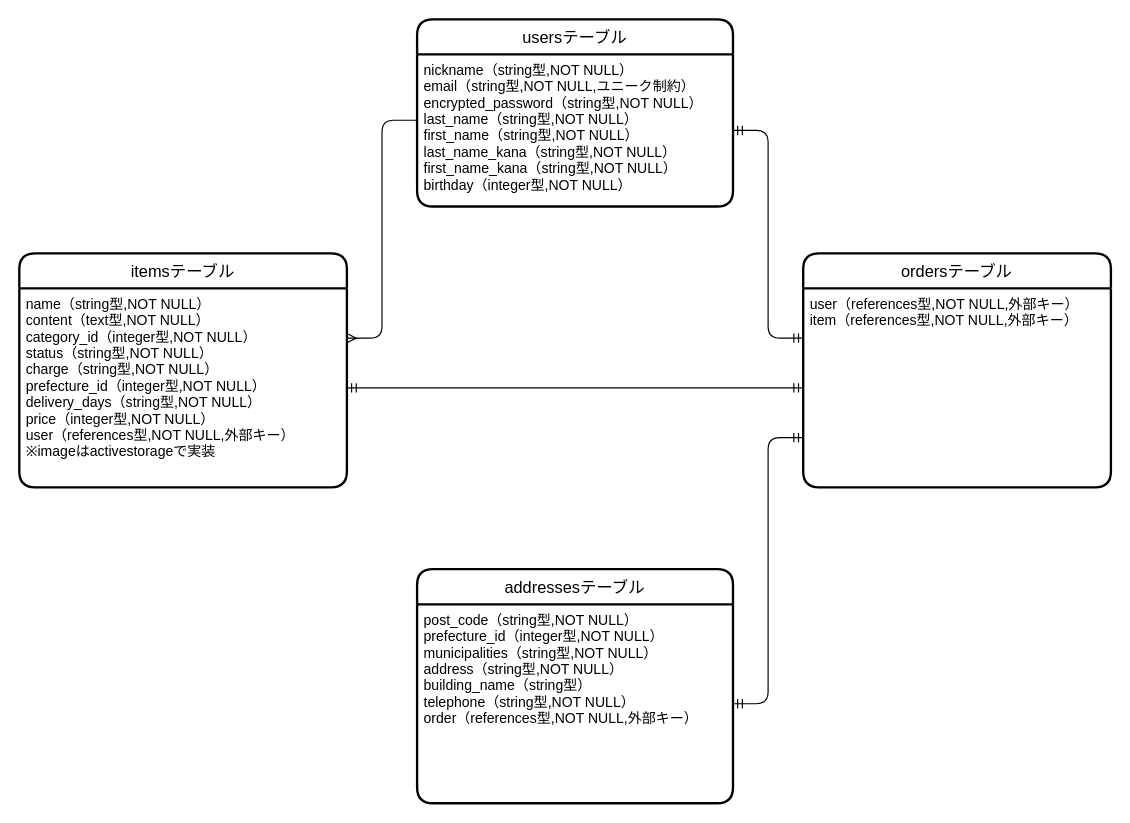
sugisanize/furima-38529 keeps this draw.io diagram as furima.dio. Above is the earlier version. Source tidied: cells renumbered, new cells numbered last; positions are measured from the earlier drawing's top-left corner, leaving out a move shared by most shapes. Both pictures are drawn from the tidied source at 117%, with x=0, y=0 at pixel (19, 19).
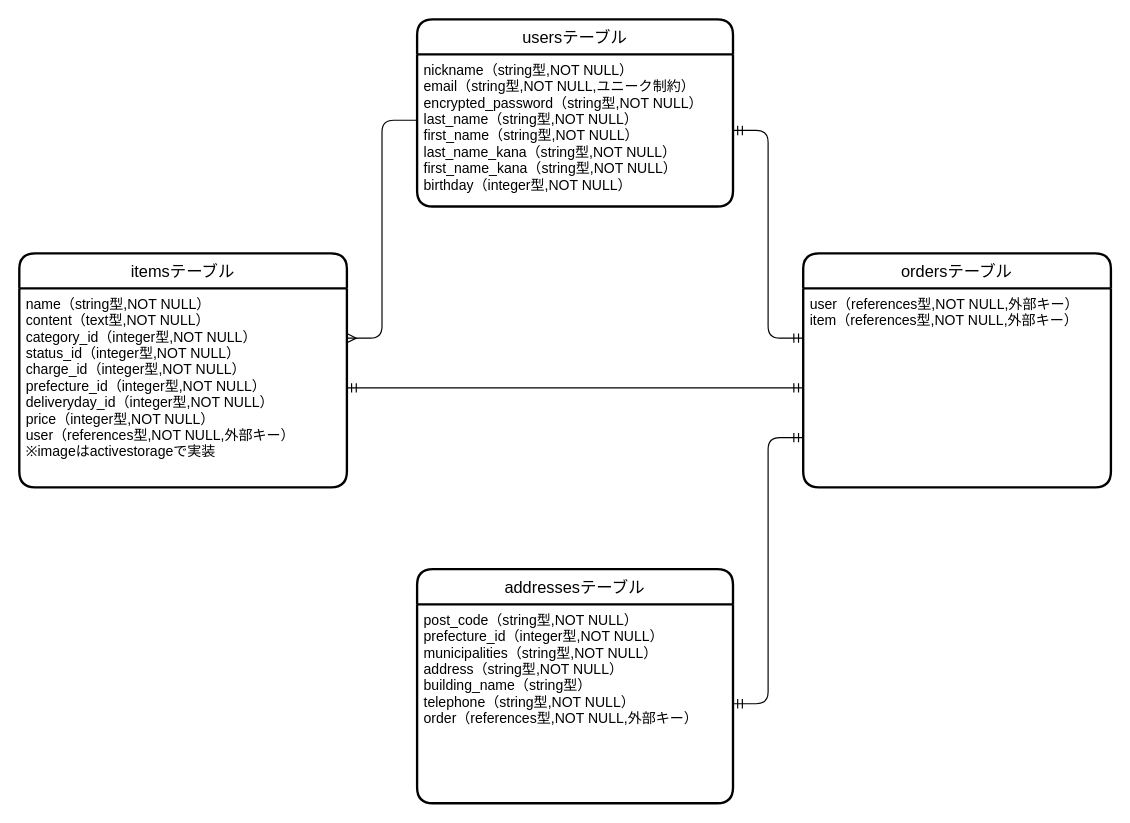
After the change.

Commit message (it also covers changes not shown here):
データベース設計（修正#3）

修正いたしました！
【最新ER図】
https://gyazo.com/d93ccefdab98d7221a99a7fa4b9d6ce6

The edit, as a diff of the source:
```diff
@@
 <mxGraphModel>
   <root>
     <mxCell id="0" />
     <mxCell id="1" parent="0" />
     <mxCell id="2" value="usersテーブル" style="swimlane;horizontal=1;startSize=30;rounded=1;fontSize=14;fontStyle=0;strokeWidth=2;shadow=0;dashed=0;align=center;" parent="1" vertex="1">
       <mxGeometry x="340" width="270" height="160" as="geometry" />
     </mxCell>
     <mxCell id="3" value="nickname（string型,NOT NULL）&#10;email（string型,NOT NULL,ユニーク制約）&#10;encrypted_password（string型,NOT NULL）&#10;last_name（string型,NOT NULL）&#10;first_name（string型,NOT NULL）&#10;last_name_kana（string型,NOT NULL）&#10;first_name_kana（string型,NOT NULL）&#10;birthday（integer型,NOT NULL）" style="align=left;strokeColor=none;fillColor=none;spacingLeft=4;fontSize=12;verticalAlign=top;" parent="2" vertex="1">
       <mxGeometry y="30" width="270" height="130" as="geometry" />
     </mxCell>
     <mxCell id="4" value="itemsテーブル" style="swimlane;horizontal=1;startSize=30;rounded=1;fontSize=14;fontStyle=0;strokeWidth=2;shadow=0;dashed=0;align=center;" parent="1" vertex="1">
       <mxGeometry y="200" width="280" height="200" as="geometry" />
     </mxCell>
-    <mxCell id="5" value="name（string型,NOT NULL）&#10;content（text型,NOT NULL）&#10;category_id（integer型,NOT NULL）&#10;status（string型,NOT NULL）&#10;charge（string型,NOT NULL）&#10;prefecture_id（integer型,NOT NULL）&#10;delivery_days（string型,NOT NULL）&#10;price（integer型,NOT NULL）&#10;user（references型,NOT NULL,外部キー）&#10;※imageはactivestorageで実装" style="align=left;strokeColor=none;fillColor=none;spacingLeft=4;fontSize=12;verticalAlign=top;" parent="4" vertex="1">
+    <mxCell id="5" value="name（string型,NOT NULL）&#10;content（text型,NOT NULL）&#10;category_id（integer型,NOT NULL）&#10;status_id（integer型,NOT NULL）&#10;charge_id（integer型,NOT NULL）&#10;prefecture_id（integer型,NOT NULL）&#10;deliveryday_id（integer型,NOT NULL）&#10;price（integer型,NOT NULL）&#10;user（references型,NOT NULL,外部キー）&#10;※imageはactivestorageで実装" style="align=left;strokeColor=none;fillColor=none;spacingLeft=4;fontSize=12;verticalAlign=top;" parent="4" vertex="1">
       <mxGeometry y="30" width="280" height="170" as="geometry" />
     </mxCell>
     <mxCell id="6" value="ordersテーブル" style="swimlane;horizontal=1;startSize=30;rounded=1;fontSize=14;fontStyle=0;strokeWidth=2;shadow=0;dashed=0;align=center;" parent="1" vertex="1">
       <mxGeometry x="670" y="200" width="263" height="200" as="geometry" />
     </mxCell>
     <mxCell id="7" value="user（references型,NOT NULL,外部キー）&#10;item（references型,NOT NULL,外部キー）" style="align=left;strokeColor=none;fillColor=none;spacingLeft=4;fontSize=12;verticalAlign=top;" parent="6" vertex="1">
       <mxGeometry y="30" width="263" height="170" as="geometry" />
     </mxCell>
     <mxCell id="8" style="edgeStyle=entityRelationEdgeStyle;fontSize=12;html=1;endArrow=ERmany;entryX=1;entryY=0.25;entryDx=0;entryDy=0;exitX=0;exitY=0.433;exitDx=0;exitDy=0;exitPerimeter=0;" parent="1" edge="1" source="3" target="5">
       <mxGeometry relative="1" as="geometry" />
     </mxCell>
     <mxCell id="9" style="edgeStyle=entityRelationEdgeStyle;fontSize=12;html=1;endArrow=ERmandOne;startArrow=ERmandOne;entryX=0;entryY=0.25;entryDx=0;entryDy=0;exitX=1;exitY=0.5;exitDx=0;exitDy=0;" parent="1" edge="1" source="3" target="7">
       <mxGeometry relative="1" as="geometry" />
     </mxCell>
     <mxCell id="10" value="addressesテーブル" style="swimlane;horizontal=1;startSize=30;rounded=1;fontSize=14;fontStyle=0;strokeWidth=2;shadow=0;dashed=0;align=center;" parent="1" vertex="1">
       <mxGeometry x="340" y="470" width="270" height="200" as="geometry" />
     </mxCell>
     <mxCell id="11" value="post_code（string型,NOT NULL）&#10;prefecture_id（integer型,NOT NULL）&#10;municipalities（string型,NOT NULL）&#10;address（string型,NOT NULL）&#10;building_name（string型）&#10;telephone（string型,NOT NULL）&#10;order（references型,NOT NULL,外部キー）" style="align=left;strokeColor=none;fillColor=none;spacingLeft=4;fontSize=12;verticalAlign=top;" parent="10" vertex="1">
       <mxGeometry y="30" width="270" height="170" as="geometry" />
     </mxCell>
     <mxCell id="12" style="edgeStyle=entityRelationEdgeStyle;fontSize=12;html=1;endArrow=ERmandOne;startArrow=ERmandOne;exitX=1;exitY=0.5;exitDx=0;exitDy=0;entryX=0;entryY=0.75;entryDx=0;entryDy=0;" parent="1" edge="1" source="11" target="7">
       <mxGeometry relative="1" as="geometry" />
     </mxCell>
     <mxCell id="13" style="edgeStyle=entityRelationEdgeStyle;fontSize=12;html=1;endArrow=ERmandOne;startArrow=ERmandOne;exitX=1;exitY=0.5;exitDx=0;exitDy=0;entryX=0;entryY=0.5;entryDx=0;entryDy=0;" parent="1" edge="1" source="5" target="7">
       <mxGeometry relative="1" as="geometry" />
     </mxCell>
   </root>
 </mxGraphModel>
```
